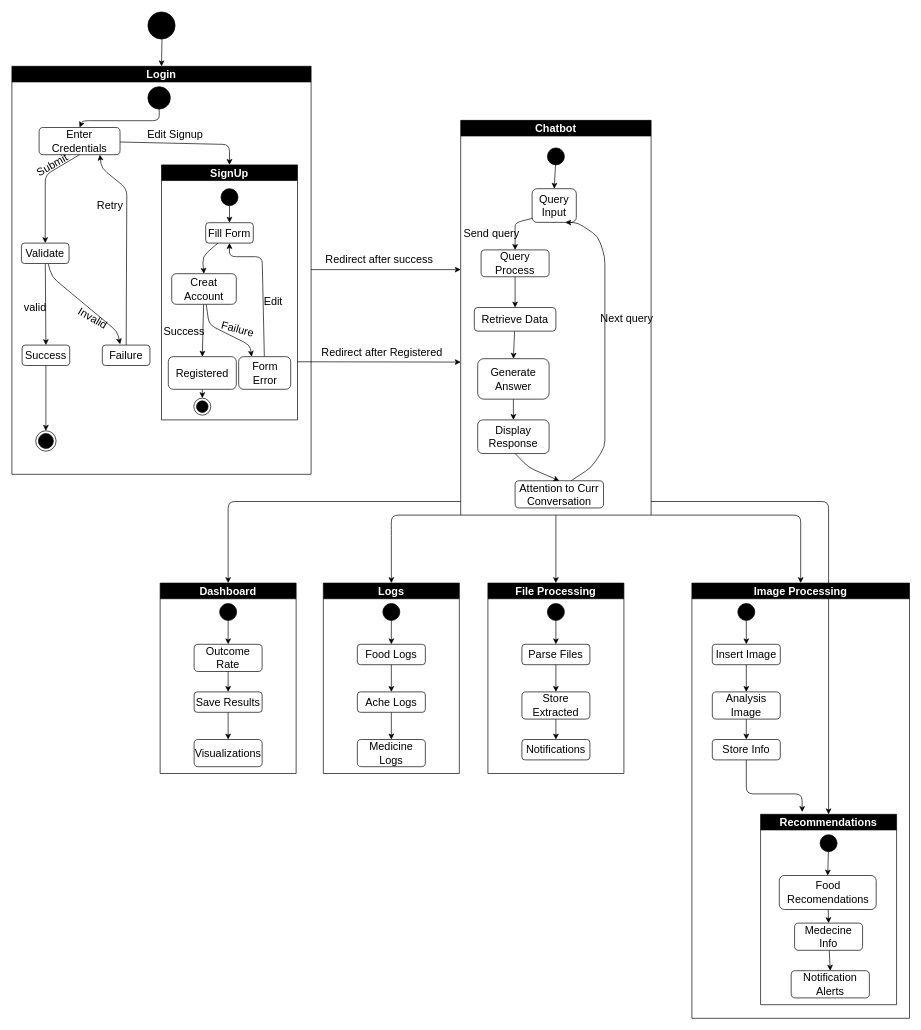
Before: lib/diagrams/drawio/state_diagrame.drawio in AbdelmenamAdel/Diamate, a draw.io diagram. Source tidied: cells renumbered, new cells numbered last; positions are measured from the earlier drawing's top-left corner, leaving out a move shared by most shapes. Both pictures are drawn from the tidied source at 68%, with x=0, y=0 at pixel (12, 12).
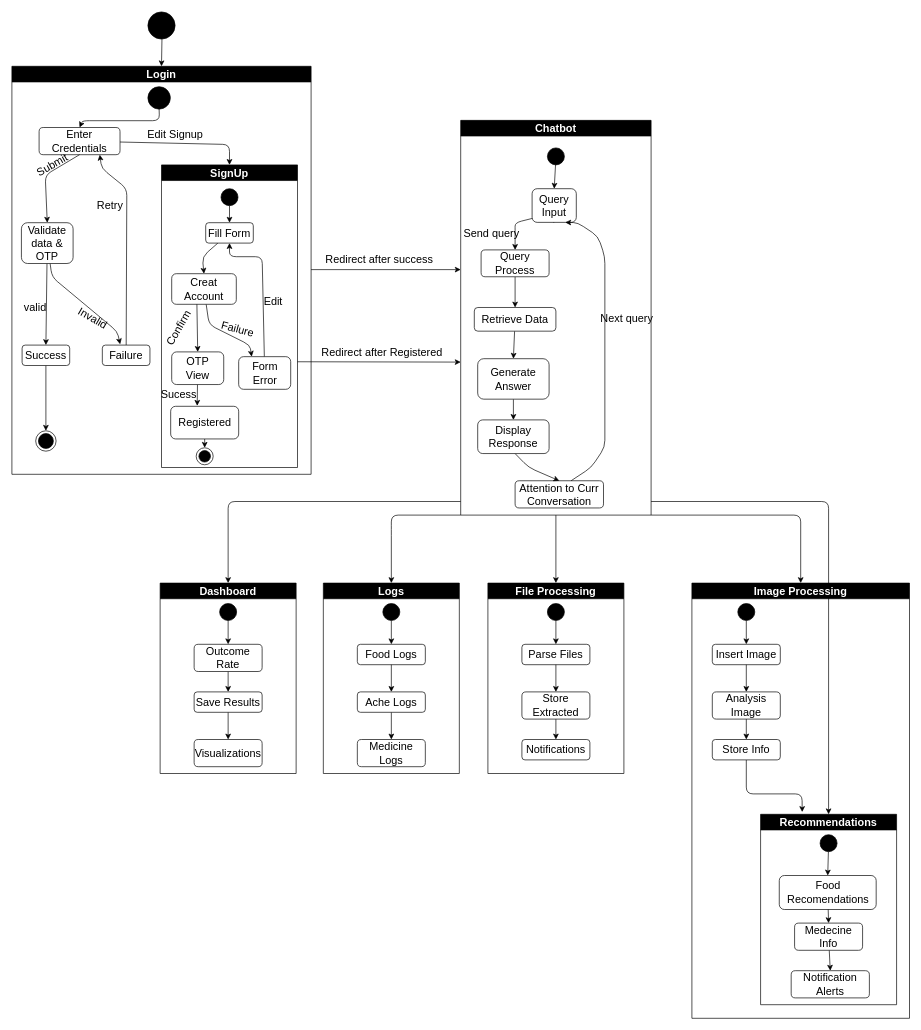
The same page after the edit.

Commit message (it also covers changes not shown here):
refactor: update authentication flow, fix BlocProvider usage, and sync architecture diagrams

The change refers to these unchanged cells:
```xml
<mxCell id="5" value="&lt;font color=&quot;#ffffff&quot;&gt;Login&lt;/font&gt;" style="swimlane;whiteSpace=wrap;html=1;fillColor=#000000;fontSize=16;" parent="1" vertex="1">
  <mxGeometry y="80" width="440" height="600" as="geometry" />
</mxCell>
<mxCell id="28" value="Creat Account" style="whiteSpace=wrap;html=1;rounded=1;fontSize=16;" parent="21" vertex="1">
  <mxGeometry x="15" y="160" width="95" height="45" as="geometry" />
</mxCell>
```

Change to the diagram source:
```diff
@@
-    <mxCell id="9" value="Validate" style="rounded=1;whiteSpace=wrap;html=1;fontSize=16;" parent="5" vertex="1">
-      <mxGeometry x="14" y="260" width="70" height="30" as="geometry" />
+    <mxCell id="9" value="Validate data &amp;amp; OTP" style="rounded=1;whiteSpace=wrap;html=1;fontSize=16;" parent="5" vertex="1">
+      <mxGeometry x="14" y="230" width="76" height="60" as="geometry" />
     </mxCell>
@@
     <mxCell id="21" value="SignUp" style="swimlane;whiteSpace=wrap;html=1;strokeColor=#000000;fontColor=#FFFFFF;fillColor=#000000;fontSize=16;" parent="5" vertex="1">
-      <mxGeometry x="220" y="145" width="200" height="375" as="geometry" />
+      <mxGeometry x="220" y="145" width="200" height="445" as="geometry" />
     </mxCell>
@@
-    <mxCell id="26" style="edgeStyle=none;html=1;entryX=0.5;entryY=0;entryDx=0;entryDy=0;fontColor=#000000;" parent="21" edge="1" source="28" target="30">
-      <mxGeometry relative="1" as="geometry" />
-    </mxCell>
@@
+    <mxCell id="106" style="edgeStyle=none;html=1;entryX=0.5;entryY=0;entryDx=0;entryDy=0;exitX=0.39;exitY=0.992;exitDx=0;exitDy=0;exitPerimeter=0;" parent="21" edge="1" source="28" target="108">
+      <mxGeometry relative="1" as="geometry" />
+    </mxCell>
@@
     <mxCell id="30" value="Registered" style="whiteSpace=wrap;html=1;rounded=1;fontSize=16;" parent="21" vertex="1">
-      <mxGeometry x="10" y="282" width="100" height="48" as="geometry" />
+      <mxGeometry x="13.5" y="355" width="100" height="48" as="geometry" />
     </mxCell>
     <mxCell id="31" style="ellipse;html=1;shape=endState;fillColor=#000000;strokeColor=#000000;" parent="21" vertex="1">
-      <mxGeometry x="47.5" y="343" width="25" height="25" as="geometry" />
+      <mxGeometry x="51" y="416" width="25" height="25" as="geometry" />
     </mxCell>
@@
+    <mxCell id="107" style="edgeStyle=none;html=1;entryX=0.39;entryY=-0.015;entryDx=0;entryDy=0;entryPerimeter=0;" parent="21" edge="1" source="108" target="30">
+      <mxGeometry relative="1" as="geometry" />
+    </mxCell>
+    <mxCell id="108" value="OTP&lt;br&gt;View" style="whiteSpace=wrap;html=1;rounded=1;fontSize=16;" parent="21" vertex="1">
+      <mxGeometry x="15" y="275" width="76.5" height="48" as="geometry" />
+    </mxCell>
+    <mxCell id="38" value="Confirm" style="text;html=1;align=center;verticalAlign=middle;strokeColor=none;fillColor=none;fontColor=#000000;fontSize=16;rotation=-60;" parent="21" vertex="1">
+      <mxGeometry x="-15" y="225" width="80" height="30" as="geometry" />
+    </mxCell>
+    <mxCell id="109" value="&lt;font color=&quot;#000000&quot; style=&quot;font-size: 16px;&quot;&gt;Sucess&lt;/font&gt;" style="text;html=1;align=center;verticalAlign=middle;strokeColor=none;fillColor=none;" parent="21" vertex="1">
+      <mxGeometry x="-15" y="323" width="80" height="30" as="geometry" />
+    </mxCell>
@@
-    <mxCell id="38" value="Success" style="text;html=1;align=center;verticalAlign=middle;strokeColor=none;fillColor=none;fontColor=#000000;fontSize=16;" parent="1" vertex="1">
-      <mxGeometry x="218" y="455" width="70" height="30" as="geometry" />
-    </mxCell>
```
